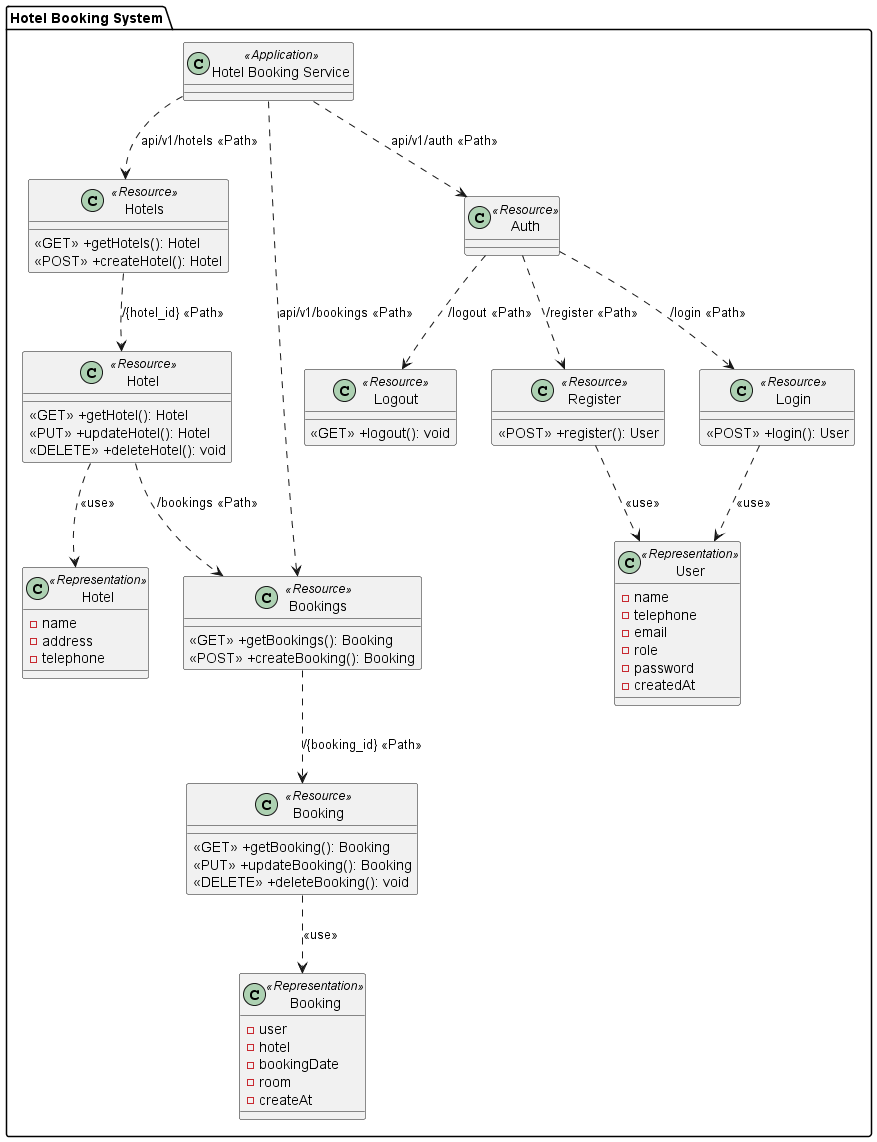
The PlantUML diagram out/plant_uml/hotelRegistrationClassDiagram/Hotel Booking System Class Diagram.png in podesport/SWPrac-proj, before a commit. The source it was exported from:
```plantuml
@startuml Hotel Booking System Class Diagram

package "Hotel Booking System" {
    class "Hotel Booking Service" as HotelBookingService <<Application>> {

    }

    class "Hotels" as HotelsResource <<Resource>> {
        <<GET>> +getHotels(): Hotel
        <<POST>> +createHotel(): Hotel
    }
    class "Hotel" as HotelResource <<Resource>> {
        <<GET>> +getHotel(): Hotel
        <<PUT>> +updateHotel(): Hotel
        <<DELETE>> +deleteHotel(): void
    }
    class "Bookings" as BookingsResource <<Resource>> {
        <<GET>> +getBookings(): Booking
        <<POST>> +createBooking(): Booking
    }
    class "Booking" as BookingResource <<Resource>> {
        <<GET>> +getBooking(): Booking
        <<PUT>> +updateBooking(): Booking
        <<DELETE>> +deleteBooking(): void
    }
    class "Auth" as AuthResource <<Resource>> {

    }
    class "Register" as RegisterResource <<Resource>> {
        <<POST>> +register(): User
    }
    class "Login" as LoginResource <<Resource>> {
        <<POST>> +login(): User
    }
    class "Logout" as LogoutResource <<Resource>> {
        <<GET>> +logout(): void
    }

    class "User" as UserRepresentation <<Representation>> {
        - name
        - telephone
        - email
        - role
        - password
        - createdAt
    }
    class "Hotel" as HotelRepresentation <<Representation>> {
        - name
        - address
        - telephone
    }
    class "Booking" as BookingRepresentation <<Representation>> {
        - user
        - hotel
        - bookingDate
        - room
        - createAt
    }
}

HotelBookingService ..> HotelsResource : "api/v1/hotels <<Path>>"
HotelBookingService ..> BookingsResource : "api/v1/bookings <<Path>>"
HotelBookingService ..> AuthResource : "api/v1/auth <<Path>>"


HotelsResource ..> HotelResource : "/{hotel_id} <<Path>>"
HotelResource ..> HotelRepresentation : "<<use>>"


HotelResource ..> BookingsResource : "/bookings <<Path>>"

BookingsResource ..> BookingResource : "/{booking_id} <<Path>>"
BookingResource ..> BookingRepresentation : "<<use>>"


AuthResource ..> RegisterResource : "/register <<Path>>"
AuthResource ..> LoginResource : "/login <<Path>>"
AuthResource ..> LogoutResource : "/logout <<Path>>"
RegisterResource ..> UserRepresentation : "<<use>>"
LoginResource ..> UserRepresentation : "<<use>>"

@enduml
```
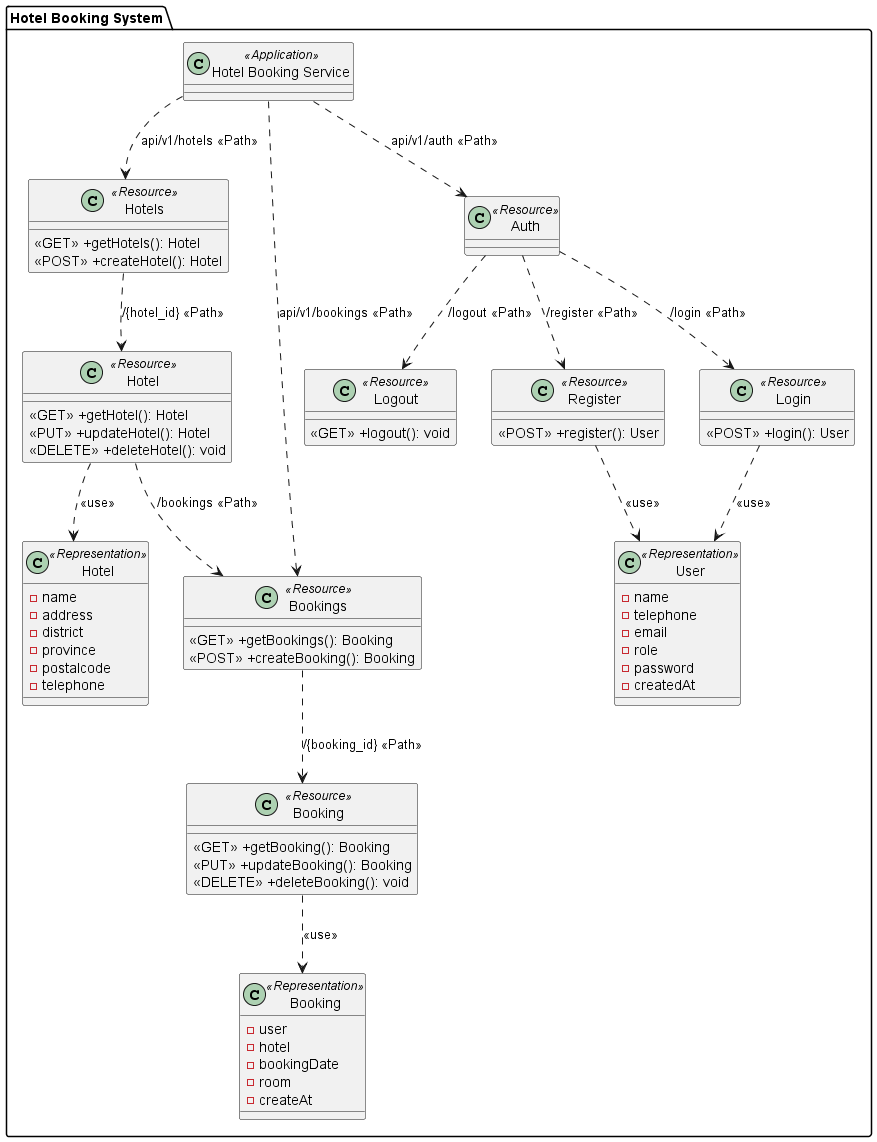
Above is the later version.

Commit message:
update class diagram

The edit, as a diff of the source:
```diff
@@ -47,6 +47,9 @@
     class "Hotel" as HotelRepresentation <<Representation>> {
         - name
         - address
+        - district
+        - province
+        - postalcode
         - telephone
     }
     class "Booking" as BookingRepresentation <<Representation>> {
```
